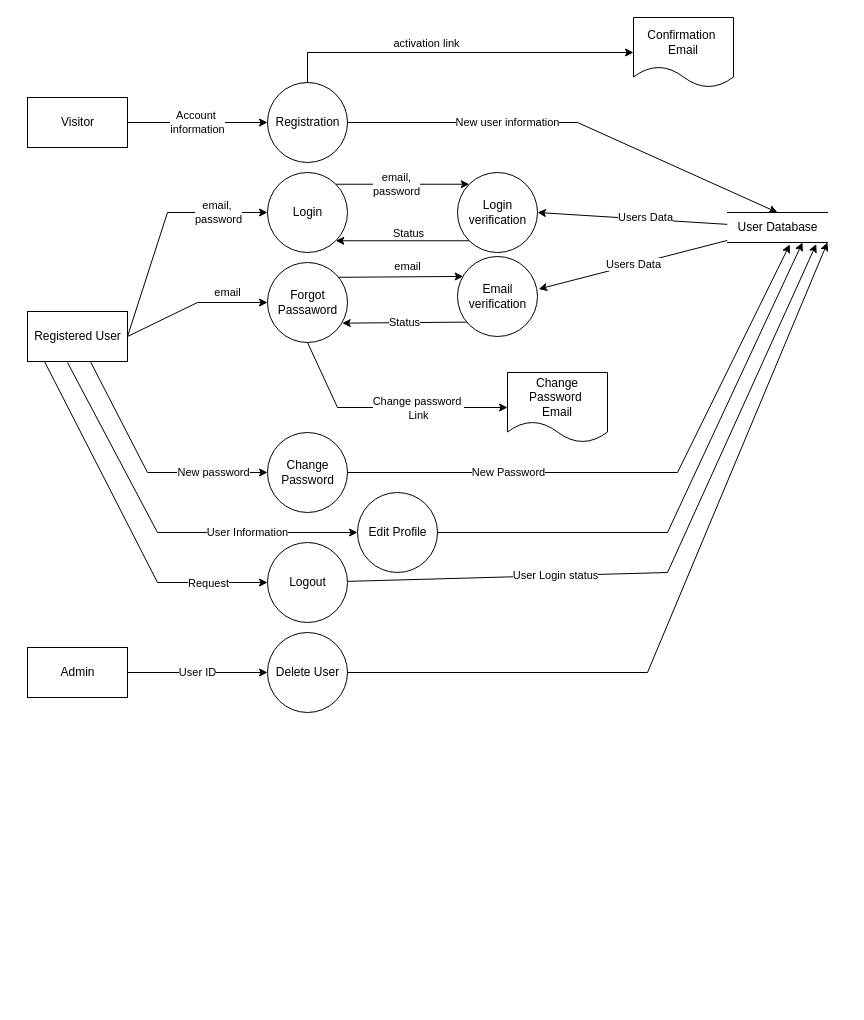
isaac621/PokerLink keeps this draw.io diagram as Diagrams/Login&Registeration_DFD.drawio. Above is the earlier version. Source tidied: cells renumbered, new cells numbered last; positions are measured from the earlier drawing's top-left corner, leaving out a move shared by most shapes. Both pictures are drawn from the tidied source at 100%, with x=0, y=0 at pixel (27, 17).
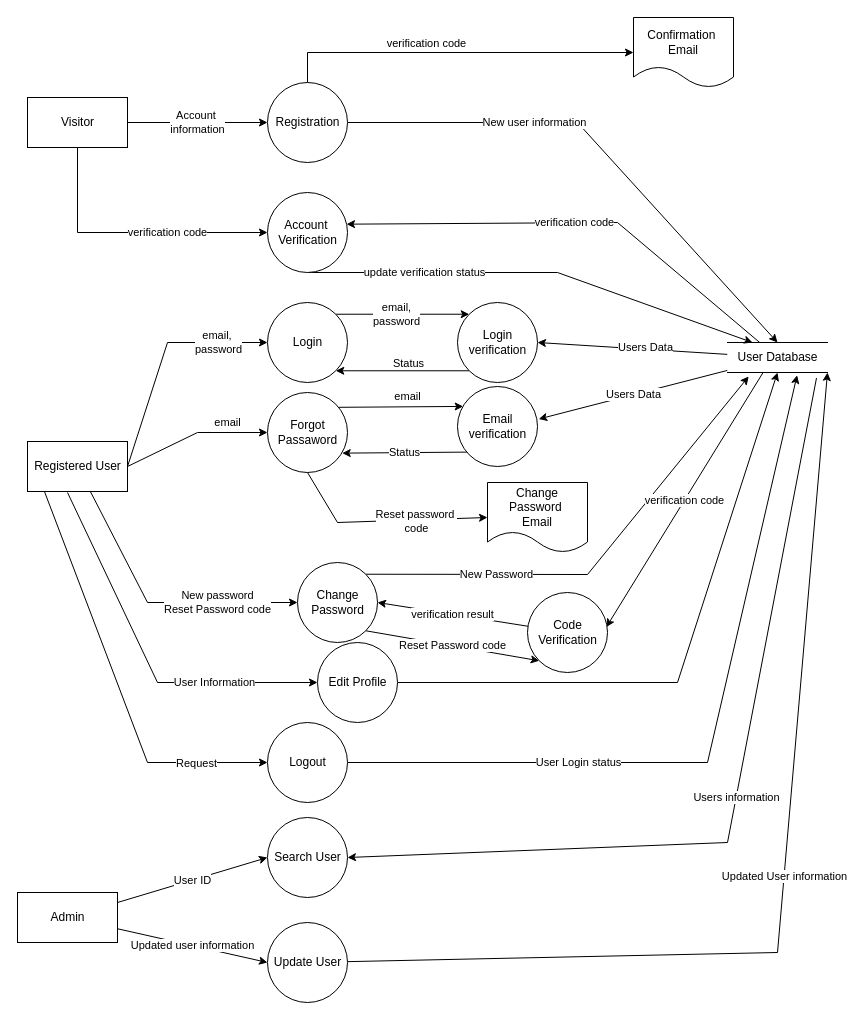
The same diagram, later.

The change refers to these unchanged cells:
```xml
<mxCell id="17" style="edgeStyle=orthogonalEdgeStyle;rounded=0;jettySize=auto;html=1;entryX=0;entryY=0.5;entryDx=0;entryDy=0;exitX=0.5;exitY=0;exitDx=0;exitDy=0;" parent="1" edge="1" source="10" target="32">
  <mxGeometry relative="1" as="geometry" />
</mxCell>
<mxCell id="31" value="Visitor" style="html=1;dashed=0;whitespace=wrap;" parent="1" vertex="1">
  <mxGeometry y="80" width="100" height="50" as="geometry" />
</mxCell>
```

What changed in the source:
```diff
@@
     <mxCell id="2" value="email,&amp;nbsp;&lt;br&gt;password" style="rounded=0;jettySize=auto;html=1;exitX=1;exitY=0.5;exitDx=0;exitDy=0;entryX=0;entryY=0.5;entryDx=0;entryDy=0;" parent="1" edge="1" source="8" target="12">
       <mxGeometry x="0.57" relative="1" as="geometry">
         <Array as="points">
-          <mxPoint x="140" y="195" />
+          <mxPoint x="140" y="325" />
         </Array>
       </mxGeometry>
     </mxCell>
     <mxCell id="3" value="email" style="edgeStyle=none;rounded=0;jettySize=auto;html=1;exitX=1;exitY=0.5;exitDx=0;exitDy=0;entryX=0;entryY=0.5;entryDx=0;entryDy=0;startArrow=none;startFill=0;endArrow=classic;endFill=1;" parent="1" edge="1" source="8" target="14">
       <mxGeometry x="0.46" y="10" relative="1" as="geometry">
         <Array as="points">
-          <mxPoint x="170" y="285" />
+          <mxPoint x="170" y="415" />
         </Array>
       </mxGeometry>
     </mxCell>
-    <mxCell id="4" value="New password" style="edgeStyle=none;rounded=0;jettySize=auto;html=1;entryX=0;entryY=0.5;entryDx=0;entryDy=0;startArrow=none;startFill=0;endArrow=classic;endFill=1;" parent="1" edge="1" source="8" target="16">
-      <mxGeometry x="0.56" relative="1" as="geometry">
+    <mxCell id="4" value="New password&lt;br&gt;Reset Password code" style="edgeStyle=none;rounded=0;jettySize=auto;html=1;entryX=0;entryY=0.5;entryDx=0;entryDy=0;startArrow=none;startFill=0;endArrow=classic;endFill=1;" parent="1" edge="1" source="8" target="16">
+      <mxGeometry x="0.42" relative="1" as="geometry">
         <Array as="points">
-          <mxPoint x="120" y="455" />
-          <mxPoint x="200" y="455" />
+          <mxPoint x="120" y="585" />
+          <mxPoint x="200" y="585" />
         </Array>
       </mxGeometry>
     </mxCell>
     <mxCell id="5" style="edgeStyle=none;rounded=0;jettySize=auto;html=1;entryX=0;entryY=0.5;entryDx=0;entryDy=0;startArrow=none;startFill=0;endArrow=classic;endFill=1;exitX=0.168;exitY=0.992;exitDx=0;exitDy=0;exitPerimeter=0;" parent="1" edge="1" source="8" target="35">
       <mxGeometry relative="1" as="geometry">
         <Array as="points">
-          <mxPoint x="130" y="565" />
+          <mxPoint x="120" y="745" />
         </Array>
       </mxGeometry>
     </mxCell>
@@
     <mxCell id="7" value="User Information" style="rounded=0;jettySize=auto;html=1;entryX=0;entryY=0.5;entryDx=0;entryDy=0;" parent="1" edge="1" target="41">
       <mxGeometry x="0.44" relative="1" as="geometry">
-        <mxPoint x="40" y="345" as="sourcePoint" />
+        <mxPoint x="40" y="475" as="sourcePoint" />
         <Array as="points">
-          <mxPoint x="130" y="515" />
+          <mxPoint x="130" y="665" />
         </Array>
       </mxGeometry>
     </mxCell>
     <mxCell id="8" value="Registered User" style="html=1;dashed=0;whitespace=wrap;" parent="1" vertex="1">
-      <mxGeometry y="294" width="100" height="50" as="geometry" />
+      <mxGeometry y="424" width="100" height="50" as="geometry" />
     </mxCell>
@@
     <mxCell id="12" value="Login" style="shape=ellipse;html=1;dashed=0;whitespace=wrap;perimeter=ellipsePerimeter;" parent="1" vertex="1">
-      <mxGeometry x="240" y="155" width="80" height="80" as="geometry" />
+      <mxGeometry x="240" y="285" width="80" height="80" as="geometry" />
     </mxCell>
@@
     <mxCell id="14" value="Forgot&lt;br&gt;Passaword" style="shape=ellipse;html=1;dashed=0;whitespace=wrap;perimeter=ellipsePerimeter;" parent="1" vertex="1">
-      <mxGeometry x="240" y="245" width="80" height="80" as="geometry" />
+      <mxGeometry x="240" y="375" width="80" height="80" as="geometry" />
     </mxCell>
-    <mxCell id="15" value="New Password" style="edgeStyle=none;rounded=0;jettySize=auto;html=1;entryX=0.623;entryY=1.065;entryDx=0;entryDy=0;startArrow=none;startFill=0;endArrow=classic;endFill=1;entryPerimeter=0;" parent="1" edge="1" source="16" target="25">
+    <mxCell id="15" value="New Password" style="edgeStyle=none;rounded=0;jettySize=auto;html=1;entryX=0.212;entryY=1.131;entryDx=0;entryDy=0;startArrow=none;startFill=0;endArrow=classic;endFill=1;exitX=1;exitY=0;exitDx=0;exitDy=0;entryPerimeter=0;" parent="1" edge="1" source="16" target="25">
       <mxGeometry x="-0.45" relative="1" as="geometry">
         <Array as="points">
-          <mxPoint x="650" y="455" />
+          <mxPoint x="560" y="557" />
         </Array>
       </mxGeometry>
     </mxCell>
+    <mxCell id="42" value="Reset Password code" style="edgeStyle=none;rounded=0;jettySize=auto;html=1;entryX=0;entryY=1;entryDx=0;entryDy=0;exitX=1;exitY=1;exitDx=0;exitDy=0;" parent="1" edge="1" source="16" target="51">
+      <mxGeometry relative="1" as="geometry" />
+    </mxCell>
     <mxCell id="16" value="Change&lt;br&gt;Password" style="shape=ellipse;html=1;dashed=0;whitespace=wrap;perimeter=ellipsePerimeter;" parent="1" vertex="1">
-      <mxGeometry x="240" y="415" width="80" height="80" as="geometry" />
+      <mxGeometry x="270" y="545" width="80" height="80" as="geometry" />
     </mxCell>
@@
-    <mxCell id="18" value="activation link" style="edgeLabel;html=1;align=center;verticalAlign=middle;" parent="17" vertex="1">
+    <mxCell id="18" value="verification code" style="edgeLabel;html=1;align=center;verticalAlign=middle;" parent="17" vertex="1">
       <mxGeometry x="-0.17" y="1" relative="1" as="geometry">
         <mxPoint y="-9" as="offset" />
       </mxGeometry>
     </mxCell>
@@
     <mxCell id="21" value="Login&lt;br&gt;verification" style="shape=ellipse;html=1;dashed=0;whitespace=wrap;perimeter=ellipsePerimeter;" parent="1" vertex="1">
-      <mxGeometry x="430" y="155" width="80" height="80" as="geometry" />
+      <mxGeometry x="430" y="285" width="80" height="80" as="geometry" />
     </mxCell>
@@
+    <mxCell id="43" value="verification code" style="edgeStyle=none;rounded=0;jettySize=auto;html=1;entryX=0.988;entryY=0.396;entryDx=0;entryDy=0;entryPerimeter=0;" parent="1" edge="1" source="25" target="49">
+      <mxGeometry relative="1" as="geometry">
+        <Array as="points">
+          <mxPoint x="590" y="205" />
+        </Array>
+      </mxGeometry>
+    </mxCell>
+    <mxCell id="44" value="verification code" style="edgeStyle=none;rounded=0;jettySize=auto;html=1;entryX=0.985;entryY=0.433;entryDx=0;entryDy=0;entryPerimeter=0;exitX=0.357;exitY=0.994;exitDx=0;exitDy=0;exitPerimeter=0;" parent="1" edge="1" source="25" target="51">
+      <mxGeometry relative="1" as="geometry" />
+    </mxCell>
+    <mxCell id="45" value="Users information" style="edgeStyle=none;rounded=0;jettySize=auto;html=1;entryX=1;entryY=0.5;entryDx=0;entryDy=0;exitX=0.89;exitY=1.183;exitDx=0;exitDy=0;exitPerimeter=0;" parent="1" edge="1" source="25" target="39">
+      <mxGeometry relative="1" as="geometry">
+        <Array as="points">
+          <mxPoint x="700" y="825" />
+        </Array>
+      </mxGeometry>
+    </mxCell>
     <mxCell id="25" value="User Database" style="html=1;dashed=0;whitespace=wrap;shape=partialRectangle;right=0;left=0;" parent="1" vertex="1">
-      <mxGeometry x="700" y="195" width="100" height="30" as="geometry" />
+      <mxGeometry x="700" y="325" width="100" height="30" as="geometry" />
     </mxCell>
     <mxCell id="26" style="edgeStyle=none;rounded=0;jettySize=auto;html=1;startArrow=none;startFill=0;endArrow=classic;endFill=1;exitX=0.5;exitY=1;exitDx=0;exitDy=0;entryX=0;entryY=0.5;entryDx=0;entryDy=0;" parent="1" edge="1" source="14" target="33">
       <mxGeometry relative="1" as="geometry">
         <Array as="points">
-          <mxPoint x="310" y="390" />
+          <mxPoint x="310" y="505" />
         </Array>
       </mxGeometry>
     </mxCell>
-    <mxCell id="27" value="Change password&amp;nbsp;&lt;br&gt;Link" style="edgeLabel;html=1;align=center;verticalAlign=middle;" parent="26" vertex="1">
+    <mxCell id="27" value="Reset password&amp;nbsp;&lt;br&gt;code" style="edgeLabel;html=1;align=center;verticalAlign=middle;" parent="26" vertex="1">
       <mxGeometry x="-0.1" y="-4" relative="1" as="geometry">
         <mxPoint x="43" y="-4" as="offset" />
       </mxGeometry>
     </mxCell>
@@
     <mxCell id="29" value="Email&lt;br&gt;verification" style="shape=ellipse;html=1;dashed=0;whitespace=wrap;perimeter=ellipsePerimeter;" parent="1" vertex="1">
-      <mxGeometry x="430" y="239" width="80" height="80" as="geometry" />
+      <mxGeometry x="430" y="369" width="80" height="80" as="geometry" />
     </mxCell>
@@
+    <mxCell id="46" value="verification code" style="edgeStyle=orthogonalEdgeStyle;rounded=0;jettySize=auto;html=1;entryX=0;entryY=0.5;entryDx=0;entryDy=0;" parent="1" edge="1" source="31" target="49">
+      <mxGeometry x="0.27" relative="1" as="geometry">
+        <Array as="points">
+          <mxPoint x="50" y="215" />
+        </Array>
+      </mxGeometry>
+    </mxCell>
@@
     <mxCell id="33" value="Change Password&amp;nbsp;&lt;br&gt;Email" style="shape=document;whiteSpace=wrap;html=1;boundedLbl=1;dashed=0;flipH=1;" parent="1" vertex="1">
-      <mxGeometry x="480" y="355" width="100" height="70" as="geometry" />
+      <mxGeometry x="460" y="465" width="100" height="70" as="geometry" />
     </mxCell>
-    <mxCell id="34" value="User Login status" style="edgeStyle=none;rounded=0;jettySize=auto;html=1;entryX=0.888;entryY=1.053;entryDx=0;entryDy=0;entryPerimeter=0;startArrow=none;startFill=0;endArrow=classic;endFill=1;" parent="1" edge="1" source="35" target="25">
+    <mxCell id="34" value="User Login status" style="edgeStyle=none;rounded=0;jettySize=auto;html=1;startArrow=none;startFill=0;endArrow=classic;endFill=1;entryX=0.696;entryY=1.091;entryDx=0;entryDy=0;entryPerimeter=0;" parent="1" edge="1" source="35" target="25">
       <mxGeometry x="-0.39" relative="1" as="geometry">
         <Array as="points">
-          <mxPoint x="640" y="555" />
+          <mxPoint x="680" y="745" />
         </Array>
       </mxGeometry>
     </mxCell>
     <mxCell id="35" value="Logout" style="shape=ellipse;html=1;dashed=0;whitespace=wrap;perimeter=ellipsePerimeter;" parent="1" vertex="1">
-      <mxGeometry x="240" y="525" width="80" height="80" as="geometry" />
+      <mxGeometry x="240" y="705" width="80" height="80" as="geometry" />
     </mxCell>
-    <mxCell id="36" style="edgeStyle=none;rounded=0;jettySize=auto;html=1;entryX=1;entryY=1;entryDx=0;entryDy=0;startArrow=none;startFill=0;endArrow=classic;endFill=1;exitX=1;exitY=0.5;exitDx=0;exitDy=0;" parent="1" edge="1" source="39" target="25">
-      <mxGeometry relative="1" as="geometry">
-        <Array as="points">
-          <mxPoint x="620" y="655" />
-        </Array>
-      </mxGeometry>
-    </mxCell>
@@
+    <mxCell id="47" value="Updated user information" style="edgeStyle=none;rounded=0;jettySize=auto;html=1;entryX=0;entryY=0.5;entryDx=0;entryDy=0;" parent="1" edge="1" source="38" target="53">
+      <mxGeometry relative="1" as="geometry" />
+    </mxCell>
     <mxCell id="38" value="Admin" style="html=1;dashed=0;whitespace=wrap;" parent="1" vertex="1">
-      <mxGeometry y="630" width="100" height="50" as="geometry" />
+      <mxGeometry x="-10" y="875" width="100" height="50" as="geometry" />
     </mxCell>
-    <mxCell id="39" value="Delete User" style="shape=ellipse;html=1;dashed=0;whitespace=wrap;perimeter=ellipsePerimeter;" parent="1" vertex="1">
-      <mxGeometry x="240" y="615" width="80" height="80" as="geometry" />
+    <mxCell id="39" value="Search User" style="shape=ellipse;html=1;dashed=0;whitespace=wrap;perimeter=ellipsePerimeter;" parent="1" vertex="1">
+      <mxGeometry x="240" y="800" width="80" height="80" as="geometry" />
     </mxCell>
-    <mxCell id="40" style="edgeStyle=none;rounded=0;jettySize=auto;html=1;entryX=0.75;entryY=1;entryDx=0;entryDy=0;" parent="1" edge="1" source="41" target="25">
+    <mxCell id="40" style="edgeStyle=none;rounded=0;jettySize=auto;html=1;entryX=0.5;entryY=1;entryDx=0;entryDy=0;" parent="1" edge="1" source="41" target="25">
       <mxGeometry relative="1" as="geometry">
         <Array as="points">
-          <mxPoint x="640" y="515" />
+          <mxPoint x="650" y="665" />
         </Array>
       </mxGeometry>
     </mxCell>
     <mxCell id="41" value="Edit Profile" style="shape=ellipse;html=1;dashed=0;whitespace=wrap;perimeter=ellipsePerimeter;" parent="1" vertex="1">
-      <mxGeometry x="330" y="475" width="80" height="80" as="geometry" />
+      <mxGeometry x="290" y="625" width="80" height="80" as="geometry" />
     </mxCell>
+    <mxCell id="48" value="update verification status" style="rounded=0;jettySize=auto;html=1;entryX=0.25;entryY=0;entryDx=0;entryDy=0;exitX=0.5;exitY=1;exitDx=0;exitDy=0;" parent="1" edge="1" source="49" target="25">
+      <mxGeometry x="-0.49" relative="1" as="geometry">
+        <Array as="points">
+          <mxPoint x="530" y="255" />
+        </Array>
+      </mxGeometry>
+    </mxCell>
+    <mxCell id="49" value="Account&amp;nbsp;&lt;br&gt;Verification" style="shape=ellipse;html=1;dashed=0;whitespace=wrap;perimeter=ellipsePerimeter;" parent="1" vertex="1">
+      <mxGeometry x="240" y="175" width="80" height="80" as="geometry" />
+    </mxCell>
+    <mxCell id="50" value="verification result" style="edgeStyle=none;rounded=0;jettySize=auto;html=1;entryX=1;entryY=0.5;entryDx=0;entryDy=0;" parent="1" edge="1" source="51" target="16">
+      <mxGeometry relative="1" as="geometry" />
+    </mxCell>
+    <mxCell id="51" value="Code&lt;br&gt;Verification" style="shape=ellipse;html=1;dashed=0;whitespace=wrap;perimeter=ellipsePerimeter;" parent="1" vertex="1">
+      <mxGeometry x="500" y="575" width="80" height="80" as="geometry" />
+    </mxCell>
+    <mxCell id="52" value="Updated User information" style="edgeStyle=none;rounded=0;jettySize=auto;html=1;entryX=1;entryY=1;entryDx=0;entryDy=0;" parent="1" edge="1" source="53" target="25">
+      <mxGeometry relative="1" as="geometry">
+        <Array as="points">
+          <mxPoint x="750" y="935" />
+        </Array>
+      </mxGeometry>
+    </mxCell>
+    <mxCell id="53" value="Update User" style="shape=ellipse;html=1;dashed=0;whitespace=wrap;perimeter=ellipsePerimeter;" parent="1" vertex="1">
+      <mxGeometry x="240" y="905" width="80" height="80" as="geometry" />
+    </mxCell>
```
